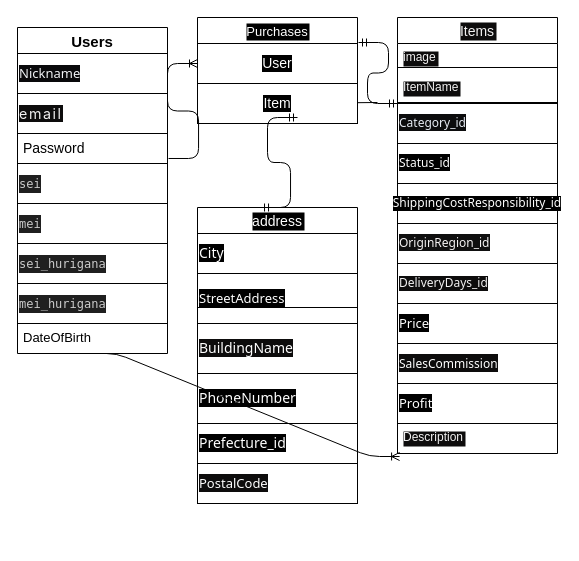
Earlier version of the draw.io diagram test.dio (ksffiafjei/furima-39385). Source tidied: cells renumbered, new cells numbered last; positions are measured from the earlier drawing's top-left corner, leaving out a move shared by most shapes. Both pictures are drawn from the tidied source at 100%, with x=0, y=0 at pixel (17, 17).
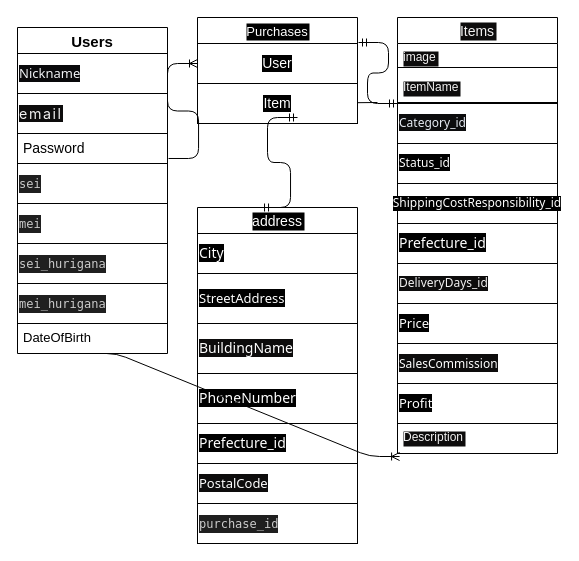
After the change.

The change refers to these unchanged cells:
```xml
<mxCell id="12" value="Items" style="swimlane;fontStyle=0;horizontal=1;startSize=26;align=center;fontSize=14;labelBackgroundColor=#0d0c0c;fontColor=#f3f2f2;" parent="1" vertex="1">
  <mxGeometry x="380" width="160" height="436" as="geometry" />
</mxCell>
```

What changed in the source:
```diff
@@
-    <mxCell id="20" value="&lt;span style=&quot;font-family: Söhne, ui-sans-serif, system-ui, -apple-system, &amp;quot;Segoe UI&amp;quot;, Roboto, Ubuntu, Cantarell, &amp;quot;Noto Sans&amp;quot;, sans-serif, &amp;quot;Helvetica Neue&amp;quot;, Arial, &amp;quot;Apple Color Emoji&amp;quot;, &amp;quot;Segoe UI Emoji&amp;quot;, &amp;quot;Segoe UI Symbol&amp;quot;, &amp;quot;Noto Color Emoji&amp;quot;; font-size: 12px; background-color: rgb(15, 15, 15);&quot;&gt;OriginRegion_id&lt;/span&gt;" style="whiteSpace=wrap;html=1;align=left;labelBackgroundColor=#0d0c0c;fontSize=12;fontColor=#f6f4f4;" parent="12" vertex="1">
+    <mxCell id="20" value="&lt;span style=&quot;color: rgb(255, 255, 255); font-family: Söhne, ui-sans-serif, system-ui, -apple-system, &amp;quot;Segoe UI&amp;quot;, Roboto, Ubuntu, Cantarell, &amp;quot;Noto Sans&amp;quot;, sans-serif, &amp;quot;Helvetica Neue&amp;quot;, Arial, &amp;quot;Apple Color Emoji&amp;quot;, &amp;quot;Segoe UI Emoji&amp;quot;, &amp;quot;Segoe UI Symbol&amp;quot;, &amp;quot;Noto Color Emoji&amp;quot;; font-size: 14px; background-color: rgb(0, 0, 0);&quot;&gt;Prefecture_id&lt;/span&gt;" style="whiteSpace=wrap;html=1;align=left;labelBackgroundColor=#0d0c0c;fontSize=12;fontColor=#f6f4f4;" parent="12" vertex="1">
       <mxGeometry y="206" width="160" height="40" as="geometry" />
     </mxCell>
@@
-    <mxCell id="43" style="endArrow=none;html=1;rounded=0;" parent="1" edge="1">
-      <mxGeometry relative="1" as="geometry">
-        <mxPoint x="180" y="290" as="sourcePoint" />
-        <mxPoint x="340" y="290" as="targetPoint" />
-      </mxGeometry>
-    </mxCell>
@@
+    <mxCell id="45" value="&lt;div style=&quot;color: rgb(204, 204, 204); background-color: rgb(31, 31, 31); font-family: Menlo, Monaco, &amp;quot;Courier New&amp;quot;, monospace; line-height: 18px;&quot;&gt;purchase_id &lt;/div&gt;" style="whiteSpace=wrap;html=1;align=left;" parent="1" vertex="1">
+      <mxGeometry x="180" y="486" width="160" height="40" as="geometry" />
+    </mxCell>
```
